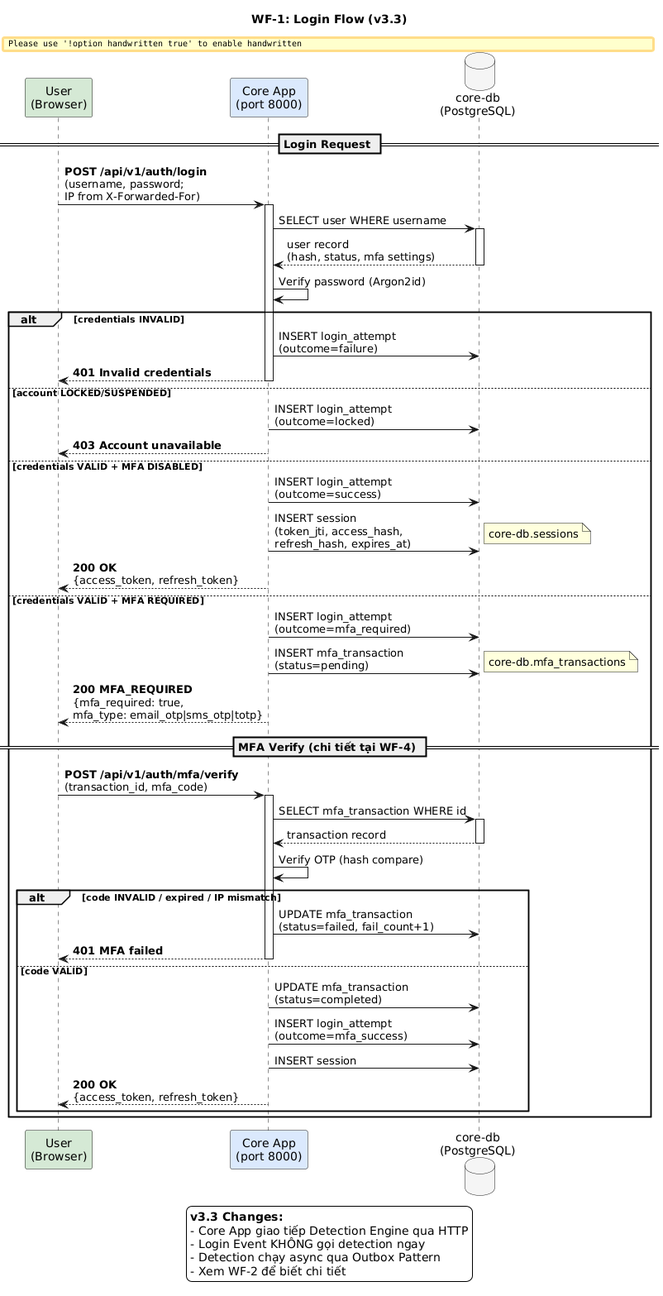
Albert-Tuan/sentinel-auth keeps this PlantUML diagram as docs/diagrams/wf1_login.png. Above is the earlier version.
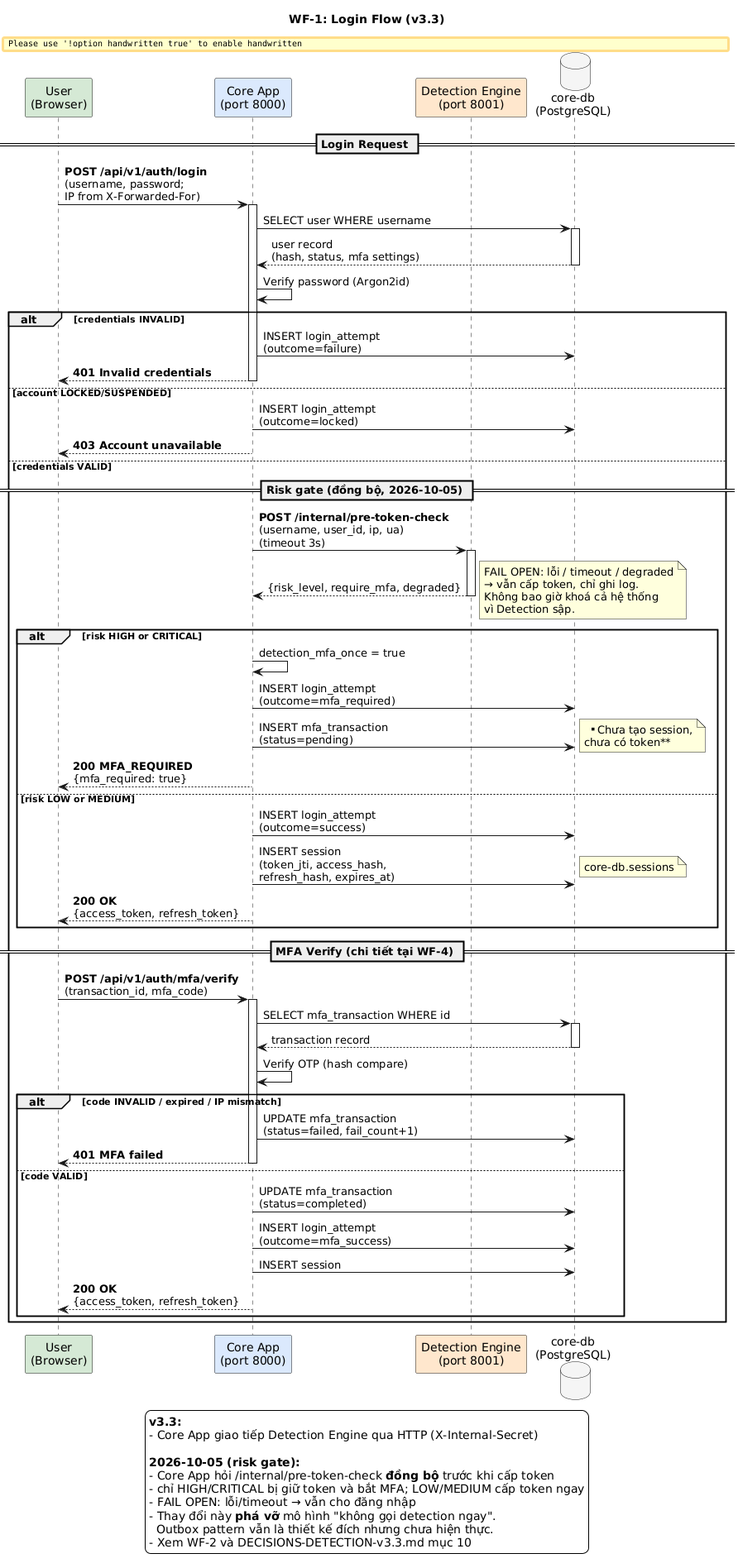
After the commit.

Diff of the diagram source:
```diff
@@ -7,6 +7,7 @@
 
 participant "User\n(Browser)" as U #D5E8D4
 participant "Core App\n(port 8000)" as CA #DAE8FC
+participant "Detection Engine\n(port 8001)" as DE #FFE6CC
 database "core-db\n(PostgreSQL)" as CDB #F5F5F5
 
 == Login Request ==
@@ -31,19 +32,34 @@
     CA --> U : **403 Account unavailable**
     deactivate CA
 
-else credentials VALID + MFA DISABLED
-    CA -> CDB : INSERT login_attempt\n(outcome=success)
-    CA -> CDB : INSERT session\n(token_jti, access_hash,\nrefresh_hash, expires_at)
-    note right: core-db.sessions
-    CA --> U : **200 OK**\n{access_token, refresh_token}
-    deactivate CA
+else credentials VALID
+    == Risk gate (đồng bộ, 2026-10-05) ==
+    CA -> DE : **POST /internal/pre-token-check**\n(username, user_id, ip, ua)\n(timeout 3s)
+    activate DE
+    DE --> CA : {risk_level, require_mfa, degraded}
+    deactivate DE
 
-else credentials VALID + MFA REQUIRED
-    CA -> CDB : INSERT login_attempt\n(outcome=mfa_required)
-    CA -> CDB : INSERT mfa_transaction\n(status=pending)
-    note right: core-db.mfa_transactions
-    CA --> U : **200 MFA_REQUIRED**\n{mfa_required: true,\nmfa_type: email_otp|sms_otp|totp}
-    deactivate CA
+    note right
+      FAIL OPEN: lỗi / timeout / degraded
+      → vẫn cấp token, chỉ ghi log.
+      Không bao giờ khoá cả hệ thống
+      vì Detection sập.
+    end note
+
+    alt risk HIGH or CRITICAL
+        CA -> CA : detection_mfa_once = true
+        CA -> CDB : INSERT login_attempt\n(outcome=mfa_required)
+        CA -> CDB : INSERT mfa_transaction\n(status=pending)
+        note right: **Chưa tạo session,\nchưa có token**
+        CA --> U : **200 MFA_REQUIRED**\n{mfa_required: true}
+        deactivate CA
+    else risk LOW or MEDIUM
+        CA -> CDB : INSERT login_attempt\n(outcome=success)
+        CA -> CDB : INSERT session\n(token_jti, access_hash,\nrefresh_hash, expires_at)
+        note right: core-db.sessions
+        CA --> U : **200 OK**\n{access_token, refresh_token}
+        deactivate CA
+    end
 
     == MFA Verify (chi tiết tại WF-4) ==
 
@@ -71,10 +87,15 @@
 end
 
 legend bottom
-  **v3.3 Changes:**
-  - Core App giao tiếp Detection Engine qua HTTP
-  - Login Event KHÔNG gọi detection ngay
-  - Detection chạy async qua Outbox Pattern
-  - Xem WF-2 để biết chi tiết
+  **v3.3:**
+  - Core App giao tiếp Detection Engine qua HTTP (X-Internal-Secret)
+
+  **2026-10-05 (risk gate):**
+  - Core App hỏi /internal/pre-token-check **đồng bộ** trước khi cấp token
+  - chỉ HIGH/CRITICAL bị giữ token và bắt MFA; LOW/MEDIUM cấp token ngay
+  - FAIL OPEN: lỗi/timeout → vẫn cho đăng nhập
+  - Thay đổi này **phá vỡ** mô hình "không gọi detection ngay".
+    Outbox pattern vẫn là thiết kế đích nhưng chưa hiện thực.
+  - Xem WF-2 và DECISIONS-DETECTION-v3.3.md mục 10
 endlegend
 @enduml
```
